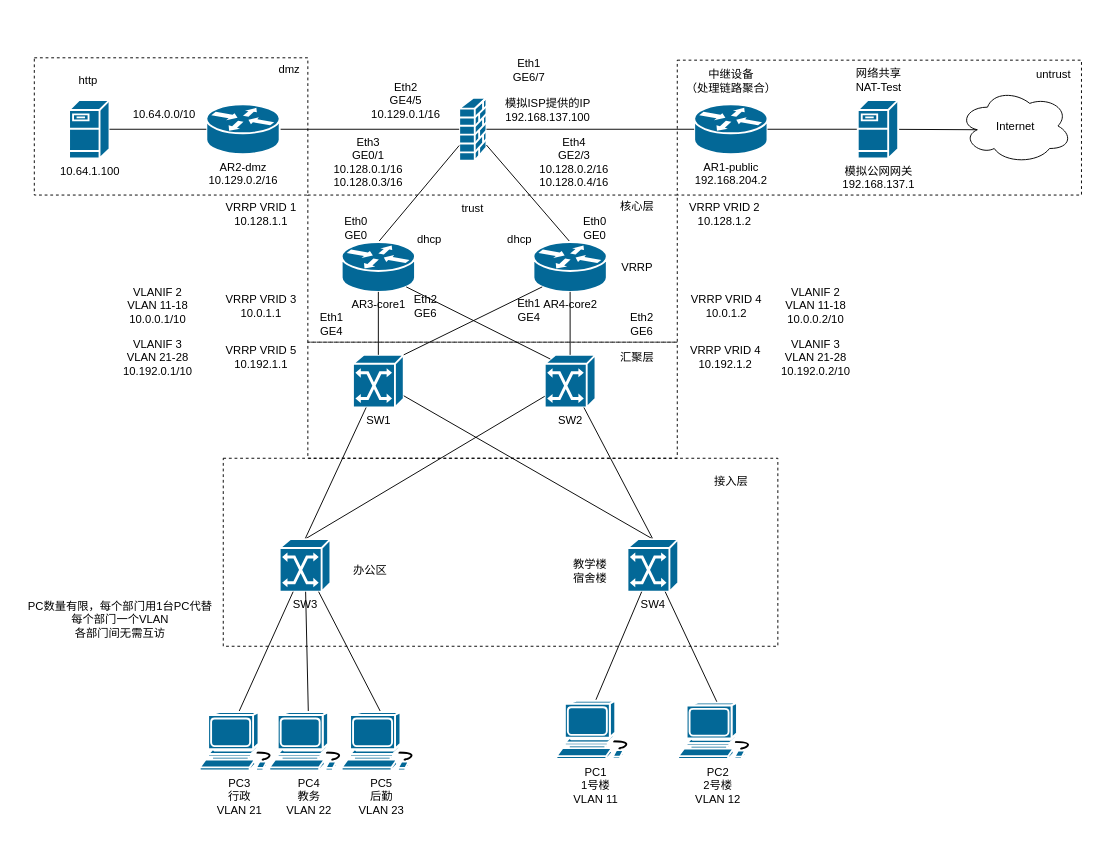
Above: ne24.drawio in HPLZH/draw (draw.io), before the change. Source tidied: cells renumbered, new cells numbered last; positions are measured from the earlier drawing's top-left corner, leaving out a move shared by most shapes. Both pictures are drawn from the tidied source at 94%, with x=0, y=0 at pixel (16, 51).
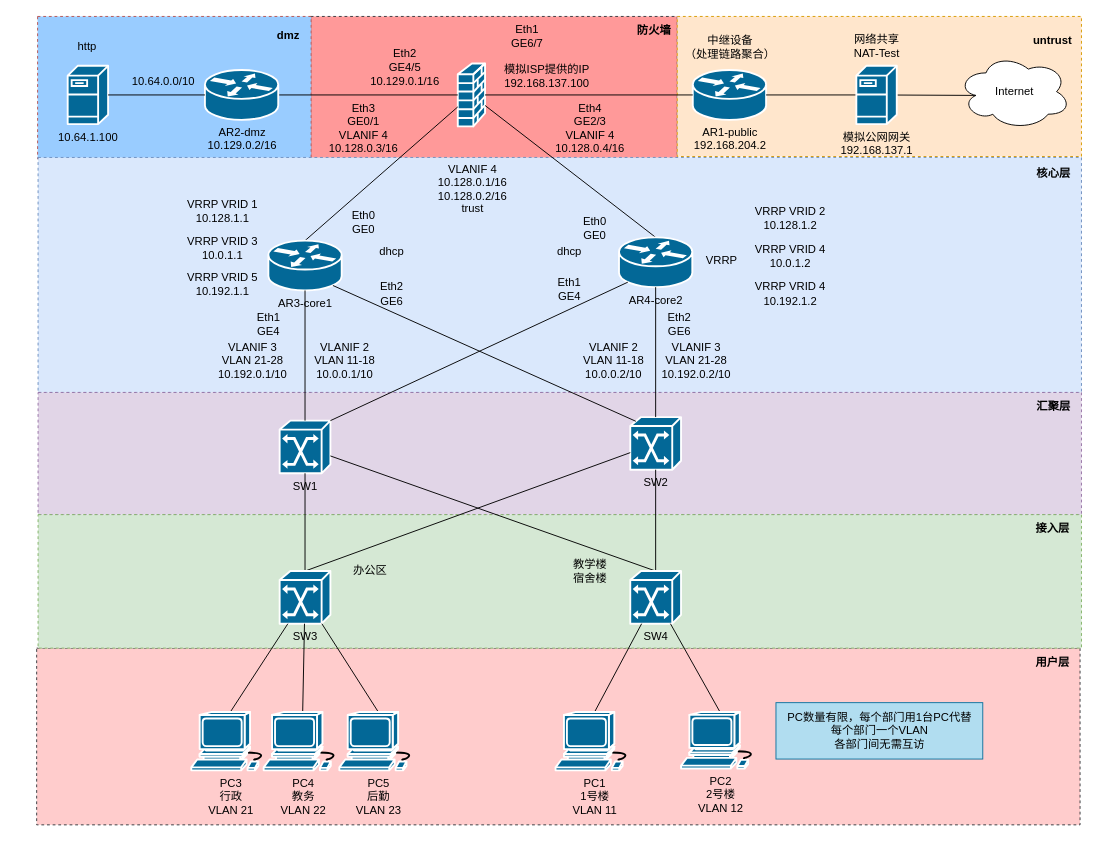
The same page after the edit.

Change to the diagram source:
```diff
@@
+    <mxCell id="81" style="whiteSpace=wrap;html=1;fillColor=#ffcccc;dashed=1;strokeColor=#36393d;" parent="1" vertex="1">
+      <mxGeometry x="21.5" y="635" width="1110" height="188" as="geometry" />
+    </mxCell>
+    <mxCell id="82" style="whiteSpace=wrap;html=1;fillColor=#FF9999;dashed=1;strokeColor=#36393d;gradientColor=none;" parent="1" vertex="1">
+      <mxGeometry x="313" y="-37" width="390" height="151.5" as="geometry" />
+    </mxCell>
-    <mxCell id="2" style="whiteSpace=wrap;html=1;fillColor=none;dashed=1;" parent="1" vertex="1">
-      <mxGeometry x="19" y="7" width="291" height="146" as="geometry" />
+    <mxCell id="2" style="whiteSpace=wrap;html=1;fillColor=#99CCFF;dashed=1;strokeColor=#b85450;" parent="1" vertex="1">
+      <mxGeometry x="22.5" y="-37" width="291" height="151.5" as="geometry" />
     </mxCell>
-    <mxCell id="3" style="whiteSpace=wrap;html=1;fillColor=none;dashed=1;" parent="1" vertex="1">
-      <mxGeometry x="703" y="9.5" width="430" height="143.5" as="geometry" />
+    <mxCell id="3" style="whiteSpace=wrap;html=1;fillColor=#ffe6cc;dashed=1;strokeColor=#d79b00;" parent="1" vertex="1">
+      <mxGeometry x="703" y="-37" width="430" height="149" as="geometry" />
     </mxCell>
-    <mxCell id="4" style="whiteSpace=wrap;html=1;fillColor=none;dashed=1;" parent="1" vertex="1">
-      <mxGeometry x="310" y="153" width="393" height="156.5" as="geometry" />
+    <mxCell id="4" style="whiteSpace=wrap;html=1;fillColor=#dae8fc;dashed=1;strokeColor=#6c8ebf;" parent="1" vertex="1">
+      <mxGeometry x="23" y="113" width="1110" height="250" as="geometry" />
     </mxCell>
-    <mxCell id="5" style="whiteSpace=wrap;html=1;fillColor=none;dashed=1;" parent="1" vertex="1">
-      <mxGeometry x="310" y="309.5" width="393" height="123.5" as="geometry" />
+    <mxCell id="5" style="whiteSpace=wrap;html=1;fillColor=#e1d5e7;dashed=1;strokeColor=#9673a6;" parent="1" vertex="1">
+      <mxGeometry x="23" y="363" width="1110" height="130" as="geometry" />
     </mxCell>
-    <mxCell id="6" style="whiteSpace=wrap;html=1;fillColor=none;dashed=1;" parent="1" vertex="1">
-      <mxGeometry x="220" y="433" width="590" height="200" as="geometry" />
+    <mxCell id="6" style="whiteSpace=wrap;html=1;fillColor=#d5e8d4;dashed=1;strokeColor=#82b366;" parent="1" vertex="1">
+      <mxGeometry x="23" y="493" width="1110" height="142" as="geometry" />
     </mxCell>
     <mxCell id="7" value="AR1-public&lt;div&gt;192.168.204.2&lt;/div&gt;" style="shape=mxgraph.cisco.routers.router;sketch=0;html=1;dashed=0;fillColor=#036897;strokeColor=#ffffff;strokeWidth=2;verticalLabelPosition=bottom;verticalAlign=top;align=center;outlineConnect=0;" parent="1" vertex="1">
-      <mxGeometry x="721" y="56.5" width="78" height="53" as="geometry" />
+      <mxGeometry x="719.5" y="20" width="78" height="53" as="geometry" />
     </mxCell>
@@
     <mxCell id="9" value="Internet" style="ellipse;shape=cloud;whiteSpace=wrap;html=1;" parent="1" vertex="1">
-      <mxGeometry x="1003" y="39.5" width="120" height="80" as="geometry" />
+      <mxGeometry x="1001.5" y="3" width="120" height="80" as="geometry" />
     </mxCell>
@@
     <mxCell id="11" style="shape=mxgraph.cisco.security.firewall;sketch=0;html=1;dashed=0;fillColor=#036897;strokeColor=#ffffff;strokeWidth=2;verticalLabelPosition=bottom;verticalAlign=top;align=center;outlineConnect=0;" parent="1" vertex="1">
-      <mxGeometry x="471" y="49.5" width="29" height="67" as="geometry" />
+      <mxGeometry x="469.5" y="13" width="29" height="67" as="geometry" />
     </mxCell>
@@
     <mxCell id="13" value="10.64.1.100" style="shape=mxgraph.cisco.servers.fileserver;sketch=0;html=1;dashed=0;fillColor=#036897;strokeColor=#ffffff;strokeWidth=2;verticalLabelPosition=bottom;verticalAlign=top;align=center;outlineConnect=0;" parent="1" vertex="1">
-      <mxGeometry x="56" y="52" width="43" height="62" as="geometry" />
+      <mxGeometry x="54.5" y="15.5" width="43" height="62" as="geometry" />
     </mxCell>
@@
     <mxCell id="15" value="SW1" style="shape=mxgraph.cisco.switches.atm_switch;sketch=0;html=1;dashed=0;fillColor=#036897;strokeColor=#ffffff;strokeWidth=2;verticalLabelPosition=bottom;verticalAlign=top;align=center;outlineConnect=0;" parent="1" vertex="1">
-      <mxGeometry x="358" y="323" width="54" height="56" as="geometry" />
+      <mxGeometry x="280" y="393" width="54" height="56" as="geometry" />
     </mxCell>
     <mxCell id="16" value="SW2" style="shape=mxgraph.cisco.switches.atm_switch;sketch=0;html=1;dashed=0;fillColor=#036897;strokeColor=#ffffff;strokeWidth=2;verticalLabelPosition=bottom;verticalAlign=top;align=center;outlineConnect=0;" parent="1" vertex="1">
-      <mxGeometry x="562" y="323" width="54" height="56" as="geometry" />
+      <mxGeometry x="653" y="389.2" width="54" height="56" as="geometry" />
     </mxCell>
@@
     <mxCell id="18" value="AR3-core1" style="shape=mxgraph.cisco.routers.router;sketch=0;html=1;dashed=0;fillColor=#036897;strokeColor=#ffffff;strokeWidth=2;verticalLabelPosition=bottom;verticalAlign=top;align=center;outlineConnect=0;" parent="1" vertex="1">
-      <mxGeometry x="346" y="203" width="78" height="53" as="geometry" />
+      <mxGeometry x="268" y="201.5" width="78" height="53" as="geometry" />
     </mxCell>
@@
     <mxCell id="20" value="AR4-core2" style="shape=mxgraph.cisco.routers.router;sketch=0;html=1;dashed=0;fillColor=#036897;strokeColor=#ffffff;strokeWidth=2;verticalLabelPosition=bottom;verticalAlign=top;align=center;outlineConnect=0;" parent="1" vertex="1">
-      <mxGeometry x="550" y="203" width="78" height="53" as="geometry" />
+      <mxGeometry x="641" y="198" width="78" height="53" as="geometry" />
     </mxCell>
     <mxCell id="21" value="AR2-dmz&lt;div&gt;10.129.0.2/16&lt;/div&gt;" style="shape=mxgraph.cisco.routers.router;sketch=0;html=1;dashed=0;fillColor=#036897;strokeColor=#ffffff;strokeWidth=2;verticalLabelPosition=bottom;verticalAlign=top;align=center;outlineConnect=0;" parent="1" vertex="1">
-      <mxGeometry x="202" y="56.5" width="78" height="53" as="geometry" />
+      <mxGeometry x="200.5" y="20" width="78" height="53" as="geometry" />
     </mxCell>
@@
     <mxCell id="28" value="SW3" style="shape=mxgraph.cisco.switches.atm_switch;sketch=0;html=1;dashed=0;fillColor=#036897;strokeColor=#ffffff;strokeWidth=2;verticalLabelPosition=bottom;verticalAlign=top;align=center;outlineConnect=0;" parent="1" vertex="1">
-      <mxGeometry x="280" y="519" width="54" height="56" as="geometry" />
+      <mxGeometry x="280" y="553" width="54" height="56" as="geometry" />
     </mxCell>
@@
     <mxCell id="31" value="SW4" style="shape=mxgraph.cisco.switches.atm_switch;sketch=0;html=1;dashed=0;fillColor=#036897;strokeColor=#ffffff;strokeWidth=2;verticalLabelPosition=bottom;verticalAlign=top;align=center;outlineConnect=0;" parent="1" vertex="1">
-      <mxGeometry x="650" y="519" width="54" height="56" as="geometry" />
+      <mxGeometry x="653" y="553" width="54" height="56" as="geometry" />
     </mxCell>
@@
     <mxCell id="33" value="&lt;div&gt;PC3&lt;/div&gt;行政&lt;div&gt;VLAN 21&lt;/div&gt;" style="shape=mxgraph.cisco.computers_and_peripherals.workstation;sketch=0;html=1;dashed=0;fillColor=#036897;strokeColor=#ffffff;strokeWidth=2;verticalLabelPosition=bottom;verticalAlign=top;align=center;outlineConnect=0;" parent="1" vertex="1">
-      <mxGeometry x="195" y="703" width="83" height="62" as="geometry" />
+      <mxGeometry x="186" y="703" width="83" height="62" as="geometry" />
     </mxCell>
@@
     <mxCell id="35" value="&lt;div&gt;PC4&lt;/div&gt;&lt;div&gt;教务&lt;/div&gt;&lt;div&gt;VLAN 22&lt;/div&gt;" style="shape=mxgraph.cisco.computers_and_peripherals.workstation;sketch=0;html=1;dashed=0;fillColor=#036897;strokeColor=#ffffff;strokeWidth=2;verticalLabelPosition=bottom;verticalAlign=top;align=center;outlineConnect=0;" parent="1" vertex="1">
-      <mxGeometry x="269" y="703" width="83" height="62" as="geometry" />
+      <mxGeometry x="263" y="703" width="83" height="62" as="geometry" />
     </mxCell>
@@
     <mxCell id="37" value="&lt;div&gt;PC1&lt;/div&gt;1号楼&lt;div&gt;VLAN 11&lt;/div&gt;" style="shape=mxgraph.cisco.computers_and_peripherals.workstation;sketch=0;html=1;dashed=0;fillColor=#036897;strokeColor=#ffffff;strokeWidth=2;verticalLabelPosition=bottom;verticalAlign=top;align=center;outlineConnect=0;" parent="1" vertex="1">
-      <mxGeometry x="574.5" y="691" width="83" height="62" as="geometry" />
+      <mxGeometry x="573.5" y="703" width="83" height="62" as="geometry" />
     </mxCell>
@@
     <mxCell id="39" value="&lt;div&gt;PC2&lt;/div&gt;2号楼&lt;div&gt;VLAN 12&lt;/div&gt;" style="shape=mxgraph.cisco.computers_and_peripherals.workstation;sketch=0;html=1;dashed=0;fillColor=#036897;strokeColor=#ffffff;strokeWidth=2;verticalLabelPosition=bottom;verticalAlign=top;align=center;outlineConnect=0;" parent="1" vertex="1">
-      <mxGeometry x="704" y="693" width="83" height="60" as="geometry" />
+      <mxGeometry x="707" y="703" width="83" height="60" as="geometry" />
     </mxCell>
-    <mxCell id="40" value="dmz" style="text;html=1;align=center;verticalAlign=middle;strokeColor=none;fillColor=none;" parent="1" vertex="1">
-      <mxGeometry x="269" y="7" width="41" height="26" as="geometry" />
+    <mxCell id="40" value="&lt;b&gt;dmz&lt;/b&gt;" style="text;html=1;align=center;verticalAlign=middle;strokeColor=none;fillColor=none;" parent="1" vertex="1">
+      <mxGeometry x="263.5" y="-31.5" width="50" height="30" as="geometry" />
     </mxCell>
@@
-    <mxCell id="42" value="untrust" style="text;html=1;align=center;verticalAlign=middle;strokeColor=none;fillColor=none;" parent="1" vertex="1">
-      <mxGeometry x="1073" y="10" width="60" height="30" as="geometry" />
+    <mxCell id="42" value="&lt;b&gt;untrust&lt;/b&gt;" style="text;html=1;align=center;verticalAlign=middle;strokeColor=none;fillColor=none;" parent="1" vertex="1">
+      <mxGeometry x="1071.5" y="-26.5" width="60" height="30" as="geometry" />
     </mxCell>
-    <mxCell id="43" value="核心层" style="text;html=1;align=center;verticalAlign=middle;strokeColor=none;fillColor=none;" parent="1" vertex="1">
-      <mxGeometry x="630" y="149.5" width="60" height="30" as="geometry" />
+    <mxCell id="43" value="&lt;b&gt;核心层&lt;/b&gt;" style="text;html=1;align=center;verticalAlign=middle;strokeColor=none;fillColor=none;" parent="1" vertex="1">
+      <mxGeometry x="1073" y="114.5" width="60" height="30" as="geometry" />
     </mxCell>
-    <mxCell id="44" value="汇聚层" style="text;html=1;align=center;verticalAlign=middle;strokeColor=none;fillColor=none;" parent="1" vertex="1">
-      <mxGeometry x="630" y="311" width="60" height="30" as="geometry" />
+    <mxCell id="44" value="&lt;b&gt;汇聚层&lt;/b&gt;" style="text;html=1;align=center;verticalAlign=middle;strokeColor=none;fillColor=none;" parent="1" vertex="1">
+      <mxGeometry x="1073" y="363" width="60" height="30" as="geometry" />
     </mxCell>
-    <mxCell id="45" value="接入层" style="text;html=1;align=center;verticalAlign=middle;strokeColor=none;fillColor=none;" parent="1" vertex="1">
-      <mxGeometry x="730" y="443" width="60" height="30" as="geometry" />
+    <mxCell id="45" value="&lt;b&gt;接入层&lt;/b&gt;" style="text;html=1;align=center;verticalAlign=middle;strokeColor=none;fillColor=none;" parent="1" vertex="1">
+      <mxGeometry x="1071.5" y="493" width="60" height="30" as="geometry" />
     </mxCell>
     <mxCell id="46" value="dhcp" style="text;html=1;align=center;verticalAlign=middle;strokeColor=none;fillColor=none;" parent="1" vertex="1">
-      <mxGeometry x="414" y="184.5" width="50" height="30" as="geometry" />
+      <mxGeometry x="374" y="198" width="50" height="30" as="geometry" />
     </mxCell>
     <mxCell id="47" value="http" style="text;html=1;align=center;verticalAlign=middle;strokeColor=none;fillColor=none;" parent="1" vertex="1">
-      <mxGeometry x="56" y="16" width="40" height="30" as="geometry" />
+      <mxGeometry x="54.5" y="-20.5" width="40" height="30" as="geometry" />
     </mxCell>
-    <mxCell id="48" value="PC数量有限，每个部门用1台PC代替&lt;div&gt;&lt;div&gt;每个部门一个VLAN&lt;/div&gt;&lt;/div&gt;&lt;div&gt;各部门间无需互访&lt;/div&gt;" style="text;html=1;align=center;verticalAlign=middle;strokeColor=none;fillColor=none;" parent="1" vertex="1">
-      <mxGeometry y="575" width="220" height="60" as="geometry" />
+    <mxCell id="48" value="PC数量有限，每个部门用1台PC代替&lt;div&gt;&lt;div&gt;每个部门一个VLAN&lt;/div&gt;&lt;/div&gt;&lt;div&gt;各部门间无需互访&lt;/div&gt;" style="text;html=1;align=center;verticalAlign=middle;fillColor=#b1ddf0;strokeColor=#10739e;" parent="1" vertex="1">
+      <mxGeometry x="808" y="693" width="220" height="60" as="geometry" />
     </mxCell>
@@
     <mxCell id="51" value="10.64.0.0/10" style="text;html=1;align=center;verticalAlign=middle;strokeColor=none;fillColor=none;" parent="1" vertex="1">
-      <mxGeometry x="112" y="53" width="90" height="30" as="geometry" />
+      <mxGeometry x="110.5" y="16.5" width="90" height="30" as="geometry" />
     </mxCell>
     <mxCell id="52" value="模拟ISP提供的IP&lt;div&gt;192.168.137.100&lt;/div&gt;" style="text;html=1;align=center;verticalAlign=middle;strokeColor=none;fillColor=none;" parent="1" vertex="1">
-      <mxGeometry x="510" y="43" width="110" height="40" as="geometry" />
+      <mxGeometry x="508.5" y="6.5" width="110" height="40" as="geometry" />
     </mxCell>
     <mxCell id="53" value="VRRP" style="text;html=1;align=center;verticalAlign=middle;strokeColor=none;fillColor=none;" parent="1" vertex="1">
-      <mxGeometry x="630" y="214.5" width="60" height="30" as="geometry" />
+      <mxGeometry x="719.5" y="208" width="60" height="30" as="geometry" />
     </mxCell>
@@
     <mxCell id="55" value="dhcp" style="text;html=1;align=center;verticalAlign=middle;strokeColor=none;fillColor=none;" parent="1" vertex="1">
-      <mxGeometry x="510" y="184.5" width="50" height="30" as="geometry" />
+      <mxGeometry x="563" y="198" width="50" height="30" as="geometry" />
     </mxCell>
@@
     <mxCell id="57" value="&lt;div&gt;PC5&lt;/div&gt;&lt;div&gt;后勤&lt;/div&gt;&lt;div&gt;&lt;span style=&quot;background-color: initial;&quot;&gt;VLAN 23&lt;/span&gt;&lt;/div&gt;" style="shape=mxgraph.cisco.computers_and_peripherals.workstation;sketch=0;html=1;dashed=0;fillColor=#036897;strokeColor=#ffffff;strokeWidth=2;verticalLabelPosition=bottom;verticalAlign=top;align=center;outlineConnect=0;" parent="1" vertex="1">
-      <mxGeometry x="346" y="703" width="83" height="62" as="geometry" />
+      <mxGeometry x="343.5" y="703" width="83" height="62" as="geometry" />
     </mxCell>
     <mxCell id="58" value="&lt;div&gt;Eth0&lt;/div&gt;GE0" style="text;html=1;align=center;verticalAlign=middle;strokeColor=none;fillColor=none;" parent="1" vertex="1">
-      <mxGeometry x="336" y="168" width="50" height="40" as="geometry" />
+      <mxGeometry x="343.5" y="161.5" width="50" height="40" as="geometry" />
     </mxCell>
@@
     <mxCell id="60" value="&lt;div&gt;Eth1&lt;/div&gt;GE4" style="text;html=1;align=center;verticalAlign=middle;strokeColor=none;fillColor=none;" parent="1" vertex="1">
-      <mxGeometry x="310" y="269.5" width="50" height="40" as="geometry" />
+      <mxGeometry x="243" y="269.5" width="50" height="40" as="geometry" />
     </mxCell>
     <mxCell id="61" value="Eth2&lt;div&gt;GE6&lt;/div&gt;" style="text;html=1;align=center;verticalAlign=middle;strokeColor=none;fillColor=none;" parent="1" vertex="1">
-      <mxGeometry x="640" y="269.5" width="50" height="40" as="geometry" />
+      <mxGeometry x="680" y="269.5" width="50" height="40" as="geometry" />
     </mxCell>
     <mxCell id="62" value="&lt;div&gt;Eth2&lt;/div&gt;GE6" style="text;html=1;align=center;verticalAlign=middle;strokeColor=none;fillColor=none;" parent="1" vertex="1">
-      <mxGeometry x="410" y="251" width="50" height="40" as="geometry" />
+      <mxGeometry x="374" y="238" width="50" height="40" as="geometry" />
     </mxCell>
     <mxCell id="63" value="Eth1&lt;div&gt;GE4&lt;/div&gt;" style="text;html=1;align=center;verticalAlign=middle;strokeColor=none;fillColor=none;" parent="1" vertex="1">
-      <mxGeometry x="519.5" y="256" width="50" height="40" as="geometry" />
+      <mxGeometry x="563" y="233" width="50" height="40" as="geometry" />
     </mxCell>
-    <mxCell id="64" value="&lt;div&gt;Eth3&lt;/div&gt;GE0/1&lt;div&gt;10.128.0.1/16&lt;/div&gt;&lt;div&gt;10.128.0.3/16&lt;/div&gt;" style="text;html=1;align=center;verticalAlign=middle;strokeColor=none;fillColor=none;" parent="1" vertex="1">
-      <mxGeometry x="324" y="83" width="100" height="70" as="geometry" />
+    <mxCell id="64" value="&lt;div&gt;Eth3&lt;/div&gt;GE0/1&lt;div&gt;VLANIF 4&lt;div&gt;10.128.0.3/16&lt;/div&gt;&lt;/div&gt;" style="text;html=1;align=center;verticalAlign=middle;strokeColor=none;fillColor=none;" parent="1" vertex="1">
+      <mxGeometry x="318.5" y="46.5" width="100" height="70" as="geometry" />
     </mxCell>
-    <mxCell id="65" value="&lt;div&gt;Eth4&lt;/div&gt;GE2/3&lt;div&gt;10.128.0.2/16&lt;/div&gt;&lt;div&gt;10.128.0.4/16&lt;/div&gt;" style="text;html=1;align=center;verticalAlign=middle;strokeColor=none;fillColor=none;" parent="1" vertex="1">
-      <mxGeometry x="543" y="83" width="100" height="70" as="geometry" />
+    <mxCell id="65" value="&lt;div&gt;Eth4&lt;/div&gt;GE2/3&lt;div&gt;VLANIF 4&lt;div&gt;10.128.0.4/16&lt;/div&gt;&lt;/div&gt;" style="text;html=1;align=center;verticalAlign=middle;strokeColor=none;fillColor=none;" parent="1" vertex="1">
+      <mxGeometry x="560" y="46.5" width="100" height="70" as="geometry" />
     </mxCell>
     <mxCell id="66" value="&lt;div&gt;Eth2&lt;/div&gt;GE4/5&lt;div&gt;10.129.0.1/16&lt;/div&gt;" style="text;html=1;align=center;verticalAlign=middle;strokeColor=none;fillColor=none;" parent="1" vertex="1">
-      <mxGeometry x="364" y="23" width="100" height="60" as="geometry" />
+      <mxGeometry x="362.5" y="-13.5" width="100" height="60" as="geometry" />
     </mxCell>
     <mxCell id="67" value="&lt;div&gt;Eth1&lt;/div&gt;GE6/7" style="text;html=1;align=center;verticalAlign=middle;strokeColor=none;fillColor=none;" parent="1" vertex="1">
-      <mxGeometry x="514.5" width="60" height="40" as="geometry" />
+      <mxGeometry x="513" y="-36.5" width="60" height="40" as="geometry" />
     </mxCell>
     <mxCell id="68" value="VRRP VRID 1&lt;div&gt;10.128.1.1&lt;/div&gt;" style="text;html=1;align=center;verticalAlign=middle;strokeColor=none;fillColor=none;" parent="1" vertex="1">
-      <mxGeometry x="210" y="153" width="100" height="40" as="geometry" />
+      <mxGeometry x="169" y="149.5" width="100" height="40" as="geometry" />
     </mxCell>
     <mxCell id="69" value="VRRP VRID 2&lt;div&gt;10.128.1.2&lt;/div&gt;" style="text;html=1;align=center;verticalAlign=middle;strokeColor=none;fillColor=none;" parent="1" vertex="1">
-      <mxGeometry x="703" y="153" width="100" height="40" as="geometry" />
+      <mxGeometry x="773" y="158" width="100" height="40" as="geometry" />
     </mxCell>
     <mxCell id="70" value="VRRP VRID 3&lt;div&gt;10.0.1.1&lt;/div&gt;" style="text;html=1;align=center;verticalAlign=middle;strokeColor=none;fillColor=none;" parent="1" vertex="1">
-      <mxGeometry x="210" y="251" width="100" height="40" as="geometry" />
+      <mxGeometry x="169" y="189.5" width="100" height="40" as="geometry" />
     </mxCell>
     <mxCell id="71" value="VRRP VRID 4&lt;div&gt;10.0.1.2&lt;/div&gt;" style="text;html=1;align=center;verticalAlign=middle;strokeColor=none;fillColor=none;" parent="1" vertex="1">
-      <mxGeometry x="705" y="251" width="100" height="40" as="geometry" />
+      <mxGeometry x="773" y="198" width="100" height="40" as="geometry" />
     </mxCell>
     <mxCell id="72" value="VLANIF 2&lt;div&gt;VLAN 11-18&lt;/div&gt;&lt;div&gt;10.0.0.1/10&lt;/div&gt;" style="text;html=1;align=center;verticalAlign=middle;strokeColor=none;fillColor=none;" parent="1" vertex="1">
-      <mxGeometry x="105" y="241" width="90" height="60" as="geometry" />
+      <mxGeometry x="303.5" y="299.2" width="90" height="60" as="geometry" />
     </mxCell>
     <mxCell id="73" value="VLANIF 2&lt;div&gt;VLAN 11-18&lt;/div&gt;&lt;div&gt;10.0.0.2/10&lt;/div&gt;" style="text;html=1;align=center;verticalAlign=middle;strokeColor=none;fillColor=none;" parent="1" vertex="1">
-      <mxGeometry x="805" y="241" width="90" height="60" as="geometry" />
+      <mxGeometry x="590" y="299.2" width="90" height="60" as="geometry" />
     </mxCell>
     <mxCell id="74" value="VRRP VRID 5&lt;div&gt;10.192.1.1&lt;/div&gt;" style="text;html=1;align=center;verticalAlign=middle;strokeColor=none;fillColor=none;" parent="1" vertex="1">
-      <mxGeometry x="210" y="306" width="100" height="40" as="geometry" />
+      <mxGeometry x="169" y="228" width="100" height="40" as="geometry" />
     </mxCell>
     <mxCell id="75" value="VLANIF 3&lt;div&gt;VLAN 21-28&lt;/div&gt;&lt;div&gt;10.192.0.1/10&lt;/div&gt;" style="text;html=1;align=center;verticalAlign=middle;strokeColor=none;fillColor=none;" parent="1" vertex="1">
-      <mxGeometry x="100" y="296" width="100" height="60" as="geometry" />
+      <mxGeometry x="200.5" y="299.2" width="100" height="60" as="geometry" />
     </mxCell>
     <mxCell id="76" value="VRRP VRID 4&lt;div&gt;10.192.1.2&lt;/div&gt;" style="text;html=1;align=center;verticalAlign=middle;strokeColor=none;fillColor=none;" parent="1" vertex="1">
-      <mxGeometry x="704" y="306" width="100" height="40" as="geometry" />
+      <mxGeometry x="773" y="238" width="100" height="40" as="geometry" />
     </mxCell>
     <mxCell id="77" value="VLANIF 3&lt;div&gt;VLAN 21-28&lt;/div&gt;&lt;div&gt;10.192.0.2/10&lt;/div&gt;" style="text;html=1;align=center;verticalAlign=middle;strokeColor=none;fillColor=none;" parent="1" vertex="1">
-      <mxGeometry x="800" y="296" width="100" height="60" as="geometry" />
+      <mxGeometry x="673" y="299.2" width="100" height="60" as="geometry" />
     </mxCell>
     <mxCell id="78" value="中继设备&lt;div&gt;（处理链路聚合）&lt;/div&gt;" style="text;html=1;align=center;verticalAlign=middle;strokeColor=none;fillColor=none;" parent="1" vertex="1">
-      <mxGeometry x="700" y="12" width="120" height="40" as="geometry" />
+      <mxGeometry x="698.5" y="-24.5" width="120" height="40" as="geometry" />
     </mxCell>
     <mxCell id="79" value="&lt;div&gt;模拟公网网关&lt;/div&gt;192.168.137.1" style="shape=mxgraph.cisco.servers.fileserver;sketch=0;html=1;dashed=0;fillColor=#036897;strokeColor=#ffffff;strokeWidth=2;verticalLabelPosition=bottom;verticalAlign=top;align=center;outlineConnect=0;" parent="1" vertex="1">
-      <mxGeometry x="895" y="52" width="43" height="62" as="geometry" />
+      <mxGeometry x="893.5" y="15.5" width="43" height="62" as="geometry" />
     </mxCell>
     <mxCell id="80" value="网络共享&lt;div&gt;NAT-Test&lt;/div&gt;" style="text;html=1;align=center;verticalAlign=middle;strokeColor=none;fillColor=none;" parent="1" vertex="1">
-      <mxGeometry x="881.5" y="11" width="70" height="40" as="geometry" />
+      <mxGeometry x="880" y="-25.5" width="70" height="40" as="geometry" />
     </mxCell>
+    <mxCell id="83" value="VLANIF 4&lt;div&gt;10.128.0.1/16&lt;/div&gt;&lt;div&gt;10.128.0.2/16&lt;/div&gt;" style="text;html=1;align=center;verticalAlign=middle;strokeColor=none;fillColor=none;" parent="1" vertex="1">
+      <mxGeometry x="435" y="109.5" width="100" height="60" as="geometry" />
+    </mxCell>
+    <mxCell id="84" value="&lt;b&gt;防火墙&lt;/b&gt;" style="text;html=1;align=center;verticalAlign=middle;strokeColor=none;fillColor=none;" parent="1" vertex="1">
+      <mxGeometry x="648" y="-37" width="60" height="30" as="geometry" />
+    </mxCell>
+    <mxCell id="85" value="&lt;b&gt;用户层&lt;/b&gt;" style="text;html=1;align=center;verticalAlign=middle;strokeColor=none;fillColor=none;" parent="1" vertex="1">
+      <mxGeometry x="1071.5" y="635" width="60" height="30" as="geometry" />
+    </mxCell>
```
